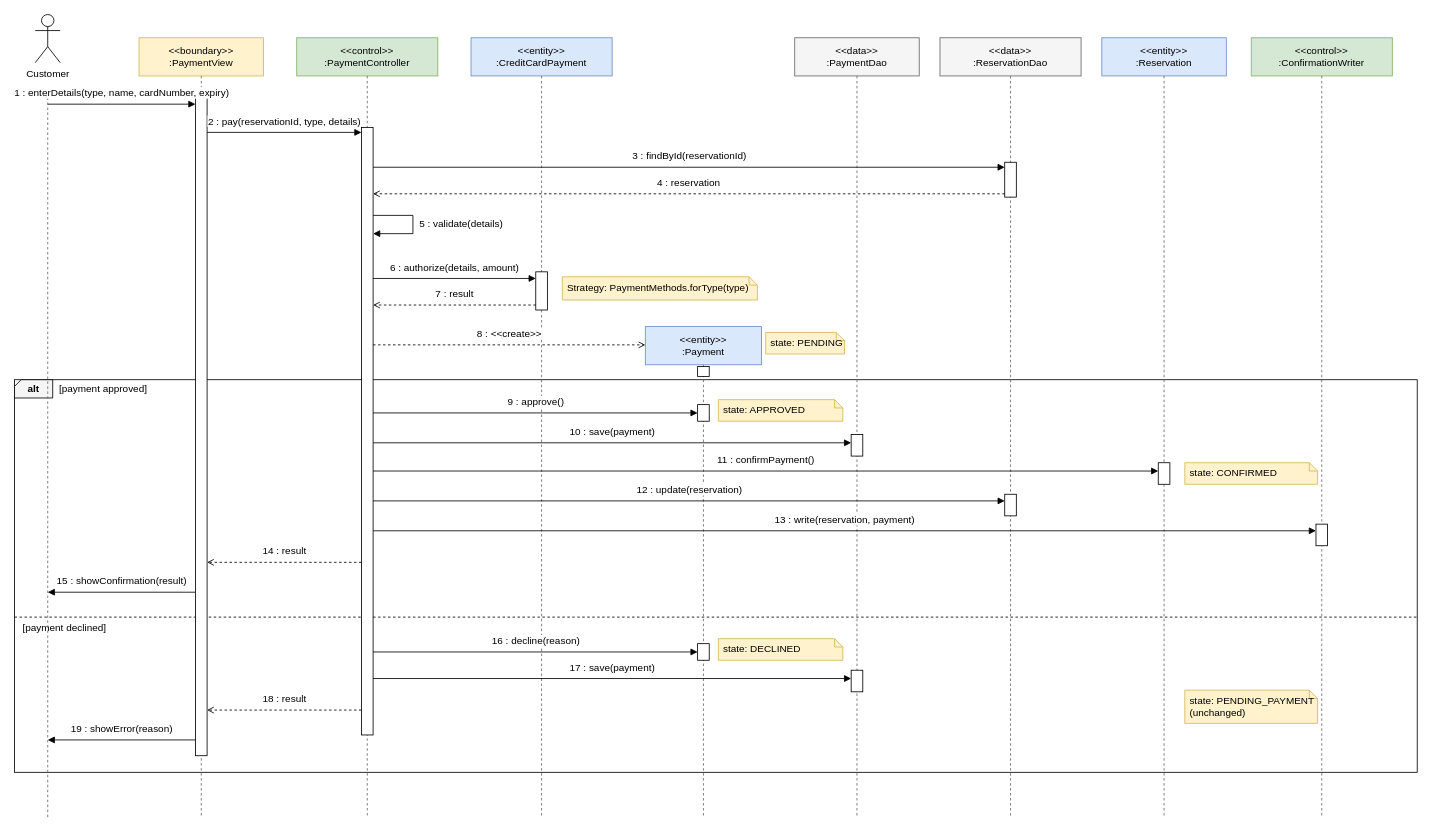
Before: docs/diagrams/src/32-sequence-payment.drawio in satyambhanot/ChinookAir, a draw.io diagram. Source tidied: cells renumbered, new cells numbered last; positions are measured from the earlier drawing's top-left corner, leaving out a move shared by most shapes. Both pictures are drawn from the tidied source at 83%, with x=0, y=0 at pixel (14, 14).
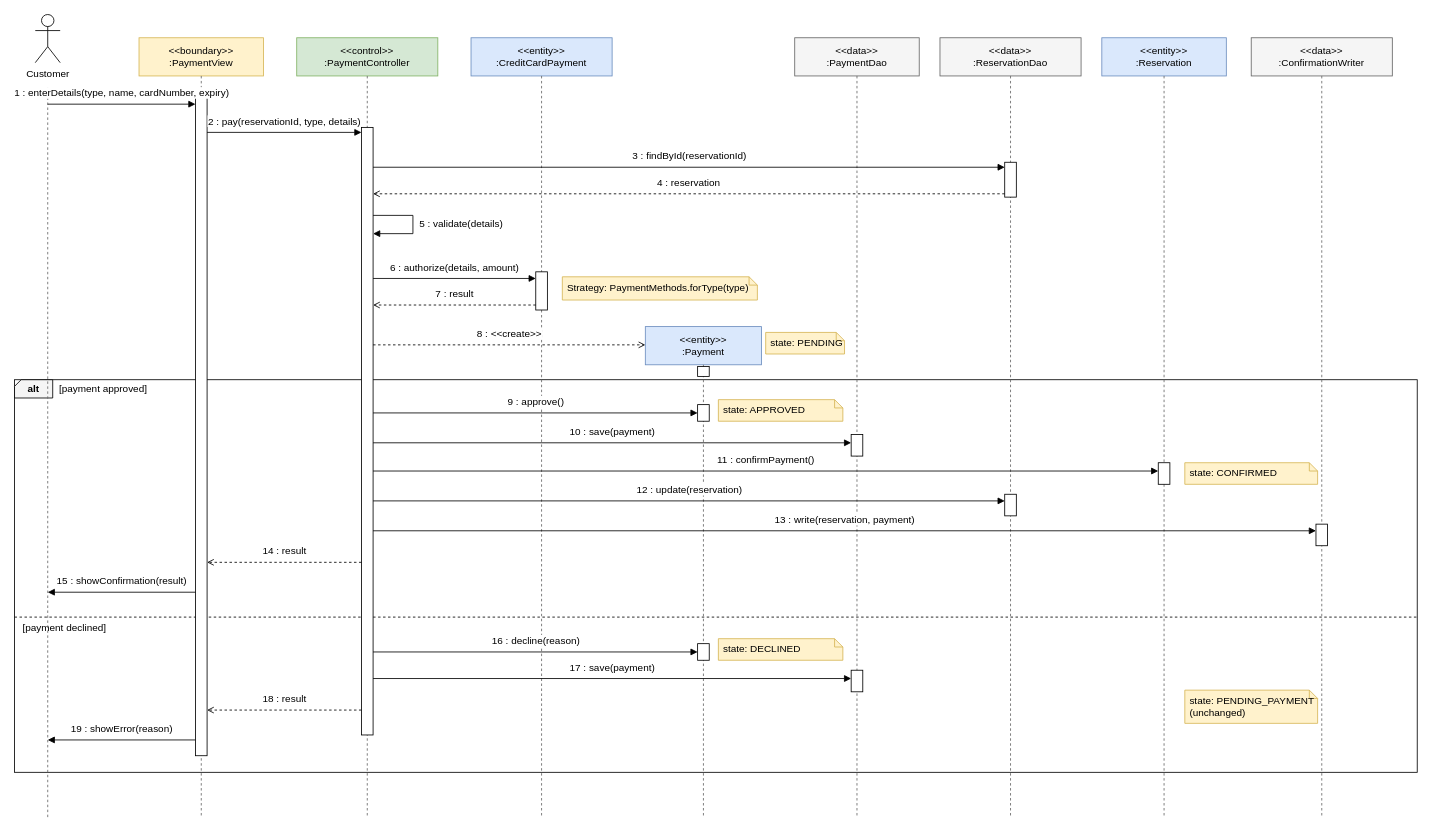
The same page after the edit.

Diff of the diagram source:
```diff
@@
-    <mxCell id="23" value="&amp;lt;&amp;lt;control&amp;gt;&amp;gt;&lt;br&gt;:ConfirmationWriter" style="rounded=0;whiteSpace=wrap;html=1;fillColor=#d5e8d4;strokeColor=#82b366;fontFamily=Helvetica;fontSize=12;" parent="1" vertex="1">
+    <mxCell id="23" value="&amp;lt;&amp;lt;data&amp;gt;&amp;gt;&lt;br&gt;:ConfirmationWriter" style="rounded=0;whiteSpace=wrap;html=1;fillColor=#f5f5f5;strokeColor=#666666;fontFamily=Helvetica;fontSize=12;" parent="1" vertex="1">
       <mxGeometry x="1490" y="28" width="170" height="46" as="geometry" />
     </mxCell>
```
